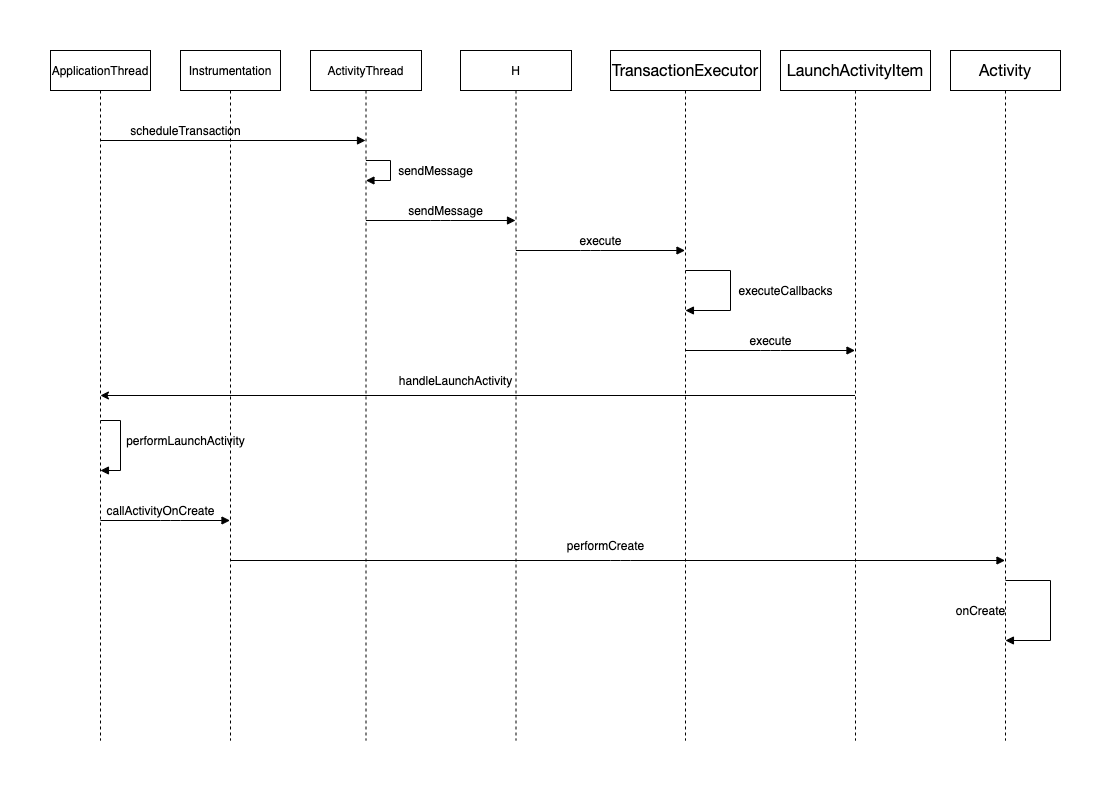
weiwangqiang/weiwangqiang.github.io keeps this draw.io diagram as img/blog_start_activity_flow/activityThread.png. Above is the earlier version. Source tidied: cells renumbered, new cells last; positions are measured from the earlier drawing's top-left corner, leaving out a move shared by most shapes.
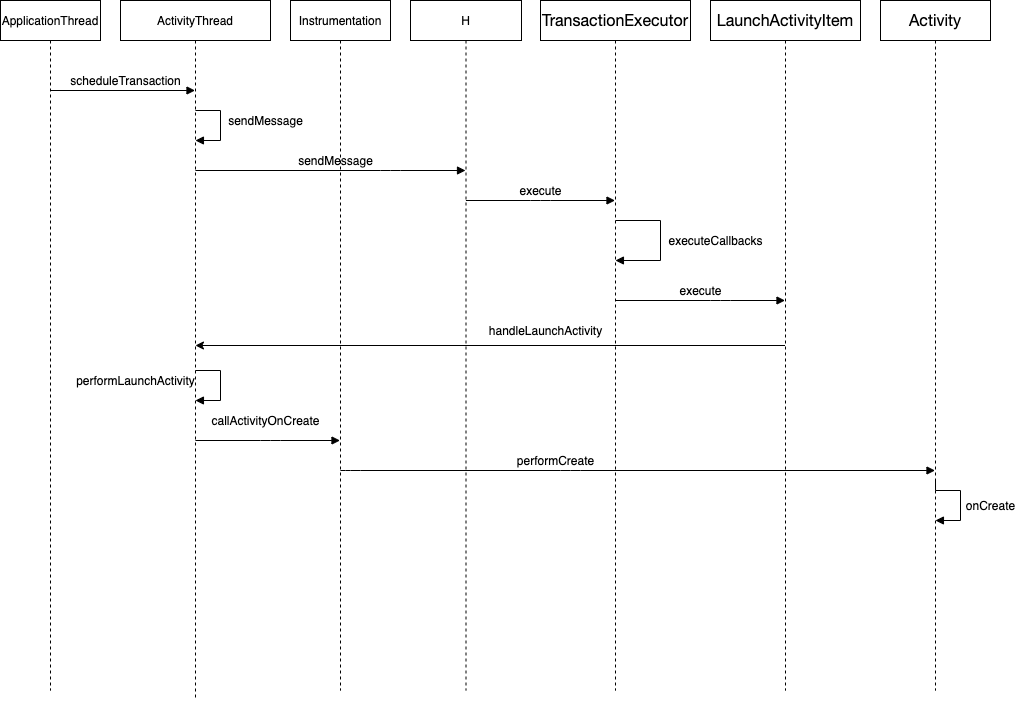
After the change.

What changed in the source:
```diff
@@ -11,19 +11,19 @@
       </mxGeometry>
     </mxCell>
     <mxCell id="4" value="ActivityThread" style="shape=umlLifeline;perimeter=lifelinePerimeter;whiteSpace=wrap;html=1;outlineConnect=0;" parent="1" vertex="1">
-      <mxGeometry x="260" width="111" height="690" as="geometry" />
+      <mxGeometry x="120" width="150" height="700" as="geometry" />
     </mxCell>
     <mxCell id="5" value="scheduleTransaction" style="text;html=1;align=center;verticalAlign=middle;" parent="1" vertex="1">
-      <mxGeometry x="70" y="70" width="130" height="20" as="geometry" />
+      <mxGeometry x="60" y="70" width="130" height="20" as="geometry" />
     </mxCell>
     <mxCell id="6" value="sendMessage" style="text;html=1;align=center;verticalAlign=middle;" parent="1" vertex="1">
-      <mxGeometry x="340" y="110" width="90" height="20" as="geometry" />
+      <mxGeometry x="220" y="110" width="90" height="20" as="geometry" />
     </mxCell>
     <mxCell id="7" style="edgeStyle=orthogonalEdgeStyle;html=1;align=left;spacingLeft=2;endArrow=block;rounded=0;" parent="1" edge="1" source="4" target="4">
       <mxGeometry relative="1" as="geometry">
         <Array as="points">
-          <mxPoint x="340" y="110" />
-          <mxPoint x="340" y="130" />
+          <mxPoint x="220" y="110" />
+          <mxPoint x="220" y="140" />
         </Array>
       </mxGeometry>
     </mxCell>
@@ -38,10 +38,10 @@
       </mxGeometry>
     </mxCell>
     <mxCell id="10" value="sendMessage" style="text;html=1;align=center;verticalAlign=middle;" parent="1" vertex="1">
-      <mxGeometry x="350" y="150" width="90" height="20" as="geometry" />
+      <mxGeometry x="290" y="150" width="90" height="20" as="geometry" />
     </mxCell>
     <mxCell id="11" value="&lt;span style=&quot;font-family: &amp;#34;open sans&amp;#34; , &amp;#34;clear sans&amp;#34; , &amp;#34;helvetica neue&amp;#34; , &amp;#34;helvetica&amp;#34; , &amp;#34;arial&amp;#34; , sans-serif ; font-size: 16px&quot;&gt;TransactionExecutor&lt;/span&gt;" style="shape=umlLifeline;perimeter=lifelinePerimeter;whiteSpace=wrap;html=1;outlineConnect=0;" parent="1" vertex="1">
-      <mxGeometry x="560" width="150" height="690" as="geometry" />
+      <mxGeometry x="540" width="150" height="690" as="geometry" />
     </mxCell>
     <mxCell id="12" style="edgeStyle=orthogonalEdgeStyle;html=1;align=left;spacingLeft=2;endArrow=block;rounded=0;" parent="11" edge="1" target="11">
       <mxGeometry relative="1" as="geometry">
@@ -61,10 +61,10 @@
       </mxGeometry>
     </mxCell>
     <mxCell id="14" value="execute" style="text;html=1;align=center;verticalAlign=middle;" parent="1" vertex="1">
-      <mxGeometry x="520" y="180" width="60" height="20" as="geometry" />
+      <mxGeometry x="510" y="180" width="60" height="20" as="geometry" />
     </mxCell>
     <mxCell id="15" value="&lt;font face=&quot;open sans, clear sans, helvetica neue, helvetica, arial, sans-serif&quot;&gt;&lt;span style=&quot;font-size: 16px&quot;&gt;LaunchActivityItem&lt;/span&gt;&lt;/font&gt;" style="shape=umlLifeline;perimeter=lifelinePerimeter;whiteSpace=wrap;html=1;outlineConnect=0;" parent="1" vertex="1">
-      <mxGeometry x="730" width="150" height="690" as="geometry" />
+      <mxGeometry x="710" width="150" height="690" as="geometry" />
     </mxCell>
     <mxCell id="16" style="html=1;verticalAlign=bottom;endArrow=block;" parent="1" edge="1" source="11" target="15">
       <mxGeometry relative="1" as="geometry">
@@ -74,66 +74,67 @@
       </mxGeometry>
     </mxCell>
     <mxCell id="17" value="execute" style="text;html=1;align=center;verticalAlign=middle;" parent="1" vertex="1">
-      <mxGeometry x="690" y="280" width="60" height="20" as="geometry" />
+      <mxGeometry x="670" y="280" width="60" height="20" as="geometry" />
     </mxCell>
-    <mxCell id="18" style="endArrow=classic;html=1;" parent="1" edge="1" source="15" target="2">
+    <mxCell id="18" style="endArrow=classic;html=1;" parent="1" edge="1" source="15" target="4">
       <mxGeometry relative="1" as="geometry" />
     </mxCell>
     <mxCell id="19" value="handleLaunchActivity" style="text;html=1;align=center;verticalAlign=middle;" parent="1" vertex="1">
-      <mxGeometry x="340" y="320" width="130" height="20" as="geometry" />
+      <mxGeometry x="480" y="320" width="130" height="20" as="geometry" />
     </mxCell>
     <mxCell id="20" value="executeCallbacks" style="text;html=1;align=center;verticalAlign=middle;" parent="1" vertex="1">
-      <mxGeometry x="680" y="230" width="110" height="20" as="geometry" />
+      <mxGeometry x="660" y="230" width="110" height="20" as="geometry" />
     </mxCell>
     <mxCell id="21" value="performLaunchActivity" style="text;html=1;align=center;verticalAlign=middle;" parent="1" vertex="1">
-      <mxGeometry x="70" y="380" width="130" height="20" as="geometry" />
+      <mxGeometry x="70" y="370" width="130" height="20" as="geometry" />
     </mxCell>
-    <mxCell id="22" style="edgeStyle=orthogonalEdgeStyle;html=1;align=left;spacingLeft=2;endArrow=block;rounded=0;" parent="1" edge="1" source="2" target="2">
+    <mxCell id="22" style="edgeStyle=orthogonalEdgeStyle;html=1;align=left;spacingLeft=2;endArrow=block;rounded=0;" parent="1" edge="1" source="4" target="4">
       <mxGeometry relative="1" as="geometry">
         <Array as="points">
-          <mxPoint x="70" y="370" />
-          <mxPoint x="70" y="420" />
+          <mxPoint x="220" y="370" />
+          <mxPoint x="220" y="400" />
         </Array>
       </mxGeometry>
     </mxCell>
-    <mxCell id="23" value="Instrumentation" style="shape=umlLifeline;perimeter=lifelinePerimeter;whiteSpace=wrap;html=1;outlineConnect=0;" parent="1" vertex="1">
-      <mxGeometry x="130" width="100" height="690" as="geometry" />
-    </mxCell>
-    <mxCell id="24" style="html=1;verticalAlign=bottom;endArrow=block;" parent="1" edge="1" source="2" target="23">
-      <mxGeometry relative="1" as="geometry">
-        <Array as="points">
-          <mxPoint x="120" y="470" />
-        </Array>
-      </mxGeometry>
-    </mxCell>
     <mxCell id="25" value="callActivityOnCreate" style="text;html=1;align=center;verticalAlign=middle;" parent="1" vertex="1">
-      <mxGeometry x="50" y="450" width="120" height="20" as="geometry" />
+      <mxGeometry x="205" y="410" width="120" height="20" as="geometry" />
     </mxCell>
     <mxCell id="26" value="&lt;font face=&quot;open sans, clear sans, helvetica neue, helvetica, arial, sans-serif&quot;&gt;&lt;span style=&quot;font-size: 16px&quot;&gt;Activity&lt;/span&gt;&lt;/font&gt;" style="shape=umlLifeline;perimeter=lifelinePerimeter;whiteSpace=wrap;html=1;outlineConnect=0;" parent="1" vertex="1">
-      <mxGeometry x="900" width="110" height="690" as="geometry" />
+      <mxGeometry x="880" width="110" height="690" as="geometry" />
     </mxCell>
     <mxCell id="27" style="edgeStyle=orthogonalEdgeStyle;html=1;align=left;spacingLeft=2;endArrow=block;rounded=0;" parent="26" edge="1" target="26">
       <mxGeometry relative="1" as="geometry">
-        <mxPoint x="55" y="530" as="sourcePoint" />
+        <mxPoint x="55" y="480" as="sourcePoint" />
         <Array as="points">
-          <mxPoint x="55" y="530" />
-          <mxPoint x="100" y="530" />
-          <mxPoint x="100" y="590" />
+          <mxPoint x="55" y="490" />
+          <mxPoint x="80" y="490" />
+          <mxPoint x="80" y="520" />
         </Array>
       </mxGeometry>
     </mxCell>
     <mxCell id="28" style="html=1;verticalAlign=bottom;endArrow=block;" parent="1" edge="1" source="23" target="26">
       <mxGeometry relative="1" as="geometry">
         <Array as="points">
-          <mxPoint x="570" y="510" />
+          <mxPoint x="350" y="470" />
+          <mxPoint x="570" y="470" />
         </Array>
       </mxGeometry>
     </mxCell>
     <mxCell id="29" value="performCreate" style="text;html=1;align=center;verticalAlign=middle;" parent="1" vertex="1">
-      <mxGeometry x="510" y="485" width="90" height="20" as="geometry" />
+      <mxGeometry x="510" y="450" width="90" height="20" as="geometry" />
     </mxCell>
     <mxCell id="30" value="onCreate" style="text;html=1;align=center;verticalAlign=middle;" parent="1" vertex="1">
-      <mxGeometry x="900" y="550" width="60" height="20" as="geometry" />
+      <mxGeometry x="960" y="495" width="60" height="20" as="geometry" />
     </mxCell>
+    <mxCell id="23" value="Instrumentation" style="shape=umlLifeline;perimeter=lifelinePerimeter;whiteSpace=wrap;html=1;outlineConnect=0;" parent="1" vertex="1">
+      <mxGeometry x="290" width="100" height="690" as="geometry" />
+    </mxCell>
+    <mxCell id="31" style="html=1;verticalAlign=bottom;endArrow=block;" parent="1" edge="1" source="4" target="23">
+      <mxGeometry y="10" relative="1" as="geometry">
+        <Array as="points">
+          <mxPoint x="270" y="440" />
+        </Array>
+      </mxGeometry>
+    </mxCell>
   </root>
 </mxGraphModel>
```
